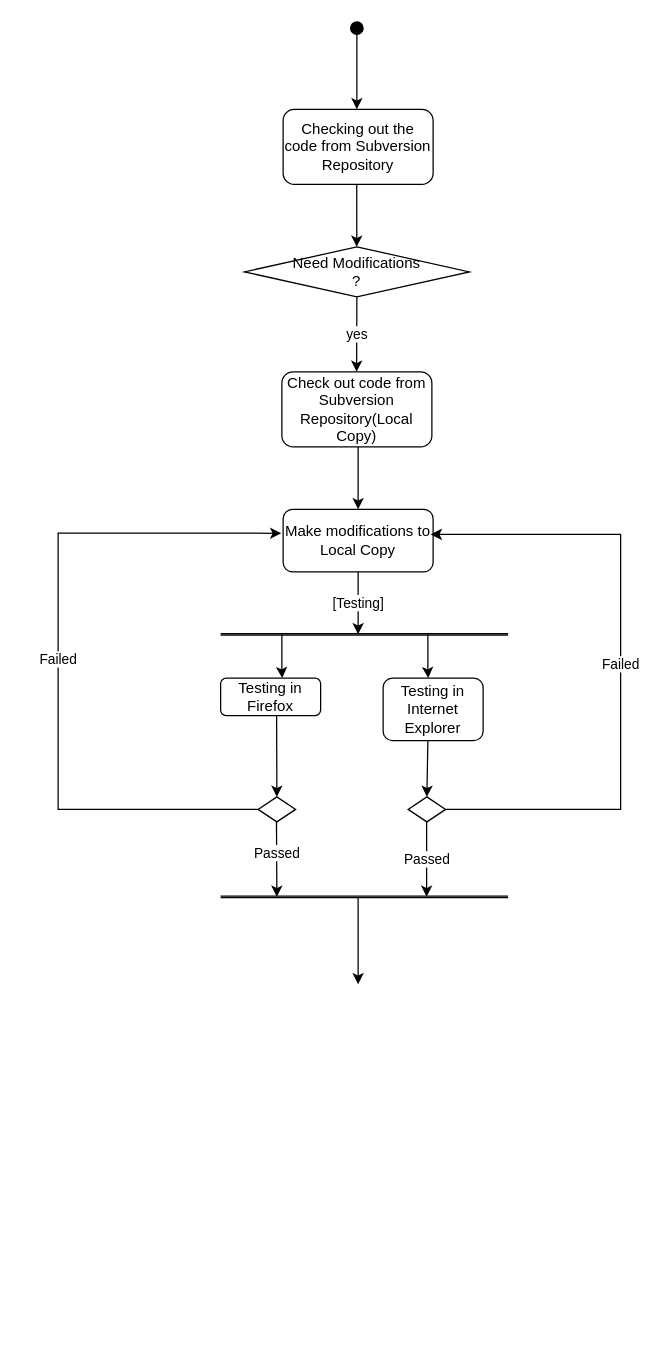
Earlier version of the draw.io diagram 202101452_Lab6.drawio (Aayush121202/IT314_Software_Engineering). Source tidied: cells renumbered, new cells numbered last; positions are measured from the earlier drawing's top-left corner, leaving out a move shared by most shapes. Both pictures are drawn from the tidied source at 125%, with x=0, y=0 at pixel (58, 21).
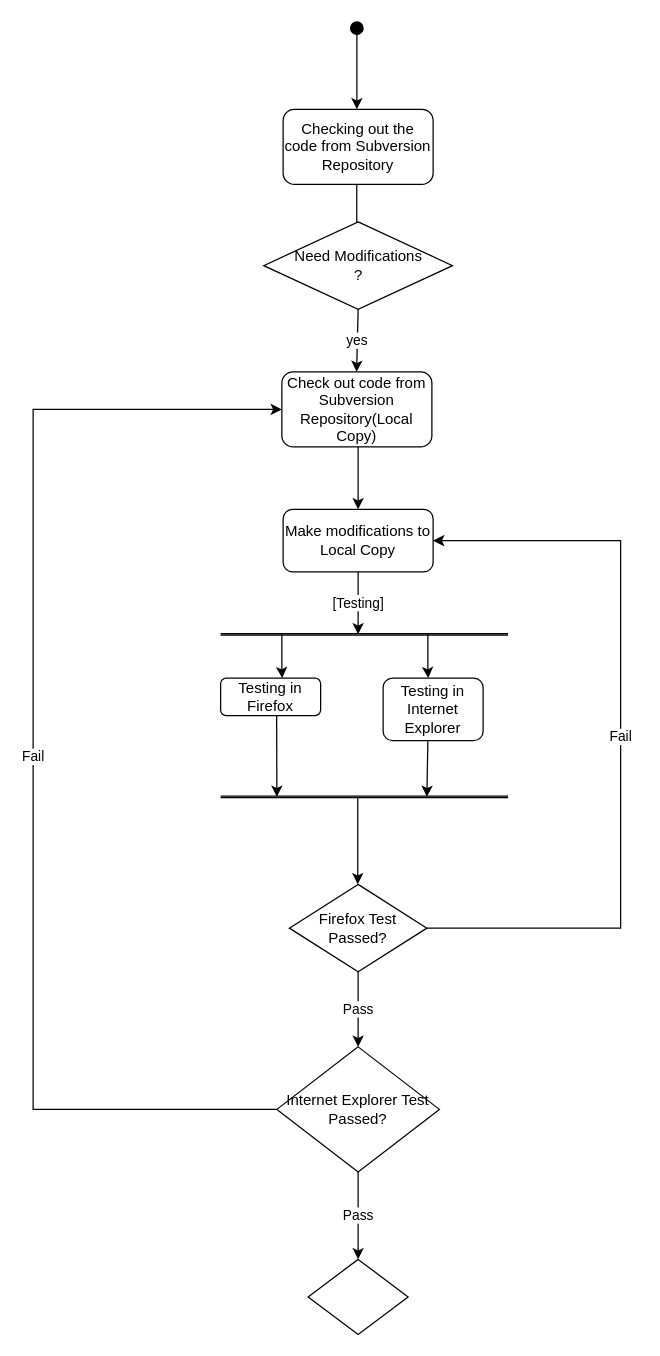
The same page after the edit.

The change refers to these unchanged cells:
```xml
<mxCell id="9" value="Check out code from Subversion Repository(Local Copy)" style="rounded=1;whiteSpace=wrap;html=1;" parent="1" vertex="1">
  <mxGeometry x="179" y="280" width="120" height="60" as="geometry" />
</mxCell>
<mxCell id="11" value="Make modifications to Local Copy" style="rounded=1;whiteSpace=wrap;html=1;" parent="1" vertex="1">
  <mxGeometry x="180" y="390" width="120" height="50" as="geometry" />
</mxCell>
```

What changed in the source:
```diff
@@
     <mxCell id="7" value="Need Modifications&lt;br&gt;?" style="rhombus;whiteSpace=wrap;html=1;align=center;" parent="1" vertex="1">
-      <mxGeometry x="149" y="180" width="180" height="40" as="geometry" />
+      <mxGeometry x="164.5" y="160" width="151" height="70" as="geometry" />
     </mxCell>
@@
-    <mxCell id="18" style="endArrow=classic;html=1;rounded=0;exitX=0.437;exitY=1.114;exitDx=0;exitDy=0;exitPerimeter=0;entryX=0.5;entryY=0;entryDx=0;entryDy=0;" parent="1" edge="1" target="20">
+    <mxCell id="18" style="endArrow=classic;html=1;rounded=0;exitX=0.437;exitY=1.114;exitDx=0;exitDy=0;exitPerimeter=0;entryX=0.5;entryY=0;entryDx=0;entryDy=0;" parent="1" edge="1">
       <mxGeometry relative="1" as="geometry">
         <mxPoint x="174.8" y="555" as="sourcePoint" />
+        <mxPoint x="175" y="620" as="targetPoint" />
       </mxGeometry>
     </mxCell>
-    <mxCell id="19" style="endArrow=classic;html=1;rounded=0;exitX=0.437;exitY=1.114;exitDx=0;exitDy=0;exitPerimeter=0;entryX=0.5;entryY=0;entryDx=0;entryDy=0;" parent="1" edge="1" target="21">
+    <mxCell id="19" style="endArrow=classic;html=1;rounded=0;exitX=0.437;exitY=1.114;exitDx=0;exitDy=0;exitPerimeter=0;entryX=0.5;entryY=0;entryDx=0;entryDy=0;" parent="1" edge="1">
       <mxGeometry relative="1" as="geometry">
         <mxPoint x="295.8" y="575" as="sourcePoint" />
+        <mxPoint x="295" y="620" as="targetPoint" />
       </mxGeometry>
     </mxCell>
-    <mxCell id="20" style="rhombus;whiteSpace=wrap;html=1;" parent="1" vertex="1">
-      <mxGeometry x="160" y="620" width="30" height="20" as="geometry" />
-    </mxCell>
-    <mxCell id="21" style="rhombus;whiteSpace=wrap;html=1;" parent="1" vertex="1">
-      <mxGeometry x="280" y="620" width="30" height="20" as="geometry" />
-    </mxCell>
-    <mxCell id="22" value="Passed" style="endArrow=classic;html=1;rounded=0;exitX=0.5;exitY=1;exitDx=0;exitDy=0;" parent="1" edge="1">
-      <mxGeometry relative="1" as="geometry">
-        <mxPoint x="174.7" y="650" as="sourcePoint" />
-        <mxPoint x="175" y="700" as="targetPoint" />
-        <Array as="points">
-          <mxPoint x="174.7" y="640" />
-        </Array>
-      </mxGeometry>
-    </mxCell>
-    <mxCell id="23" value="Passed" style="endArrow=classic;html=1;rounded=0;exitX=0.5;exitY=1;exitDx=0;exitDy=0;" parent="1" edge="1">
-      <mxGeometry relative="1" as="geometry">
-        <mxPoint x="294.8" y="640" as="sourcePoint" />
-        <mxPoint x="294.8" y="700" as="targetPoint" />
-        <Array as="points">
-          <mxPoint x="294.8" y="650" />
-        </Array>
-      </mxGeometry>
-    </mxCell>
-    <mxCell id="24" value="Failed" style="endArrow=classic;html=1;rounded=0;exitX=0;exitY=0.5;exitDx=0;exitDy=0;entryX=-0.012;entryY=0.382;entryDx=0;entryDy=0;entryPerimeter=0;" parent="1" edge="1" source="20" target="11">
-      <mxGeometry relative="1" as="geometry">
-        <Array as="points">
-          <mxPoint y="630" />
-          <mxPoint y="409" />
-        </Array>
-      </mxGeometry>
-    </mxCell>
-    <mxCell id="25" value="Failed" style="endArrow=classic;html=1;rounded=0;exitX=1;exitY=0.5;exitDx=0;exitDy=0;entryX=0.984;entryY=0.4;entryDx=0;entryDy=0;entryPerimeter=0;" parent="1" edge="1" source="21" target="11">
-      <mxGeometry relative="1" as="geometry">
-        <Array as="points">
-          <mxPoint x="450" y="630" />
-          <mxPoint x="450" y="410" />
-        </Array>
-      </mxGeometry>
-    </mxCell>
     <mxCell id="26" style="shape=link;html=1;rounded=0;width=1.3725490196078436;" parent="1" edge="1">
       <mxGeometry relative="1" as="geometry">
-        <mxPoint x="130" y="700" as="sourcePoint" />
-        <mxPoint x="360" y="700" as="targetPoint" />
+        <mxPoint x="130" y="620" as="sourcePoint" />
+        <mxPoint x="360" y="620" as="targetPoint" />
       </mxGeometry>
     </mxCell>
     <mxCell id="27" style="endArrow=classic;html=1;rounded=0;" parent="1" edge="1">
       <mxGeometry relative="1" as="geometry">
-        <mxPoint x="240" y="700" as="sourcePoint" />
-        <mxPoint x="240" y="770" as="targetPoint" />
+        <mxPoint x="239.7" y="620" as="sourcePoint" />
+        <mxPoint x="239.7" y="690" as="targetPoint" />
       </mxGeometry>
     </mxCell>
+    <mxCell id="28" value="Internet Explorer Test Passed?" style="rhombus;whiteSpace=wrap;html=1;" parent="1" vertex="1">
+      <mxGeometry x="175" y="820" width="130" height="100" as="geometry" />
+    </mxCell>
+    <mxCell id="29" style="endArrow=classic;html=1;rounded=0;exitX=0.5;exitY=1;exitDx=0;exitDy=0;" parent="1" edge="1">
+      <mxGeometry relative="1" as="geometry">
+        <mxPoint x="294.8" y="640" as="sourcePoint" />
+        <mxPoint x="294.8" y="639.9" as="targetPoint" />
+      </mxGeometry>
+    </mxCell>
+    <mxCell id="30" value="Firefox Test Passed?" style="rhombus;whiteSpace=wrap;html=1;" parent="1" vertex="1">
+      <mxGeometry x="185" y="690" width="110" height="70" as="geometry" />
+    </mxCell>
+    <mxCell id="31" value="Fail" style="endArrow=classic;html=1;rounded=0;exitX=1;exitY=0.5;exitDx=0;exitDy=0;entryX=1;entryY=0.5;entryDx=0;entryDy=0;" parent="1" edge="1" source="30" target="11">
+      <mxGeometry relative="1" as="geometry">
+        <Array as="points">
+          <mxPoint x="450" y="725" />
+          <mxPoint x="450" y="415" />
+        </Array>
+      </mxGeometry>
+    </mxCell>
+    <mxCell id="32" value="Pass" style="endArrow=classic;html=1;rounded=0;exitX=0.5;exitY=1;exitDx=0;exitDy=0;entryX=0.5;entryY=0;entryDx=0;entryDy=0;" parent="1" edge="1" source="30" target="28">
+      <mxGeometry relative="1" as="geometry" />
+    </mxCell>
+    <mxCell id="33" value="Fail" style="endArrow=classic;html=1;rounded=0;exitX=0;exitY=0.5;exitDx=0;exitDy=0;entryX=0;entryY=0.5;entryDx=0;entryDy=0;" parent="1" edge="1" source="28" target="9">
+      <mxGeometry relative="1" as="geometry">
+        <Array as="points">
+          <mxPoint x="-20" y="870" />
+          <mxPoint x="-20" y="310" />
+        </Array>
+      </mxGeometry>
+    </mxCell>
+    <mxCell id="34" value="Pass" style="endArrow=classic;html=1;rounded=0;exitX=0.5;exitY=1;exitDx=0;exitDy=0;" parent="1" edge="1" source="28">
+      <mxGeometry relative="1" as="geometry">
+        <mxPoint x="240" y="990" as="targetPoint" />
+      </mxGeometry>
+    </mxCell>
+    <mxCell id="35" style="rhombus;whiteSpace=wrap;html=1;" parent="1" vertex="1">
+      <mxGeometry x="200" y="990" width="80" height="60" as="geometry" />
+    </mxCell>
```
